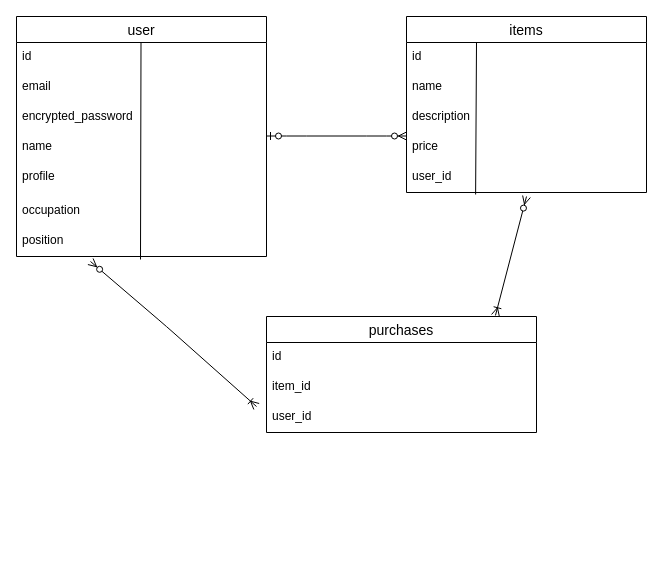
This is page "ページ1" (1 of 2) of app/views/test.dio from asoy1206upi/furima-39647, a draw.io file, before an edit. Source tidied: cells renumbered, new cells numbered last; positions are measured from the earlier drawing's top-left corner, leaving out a move shared by most shapes. Both pictures are drawn from the tidied source at 100%, with x=0, y=0 at pixel (16, 16).
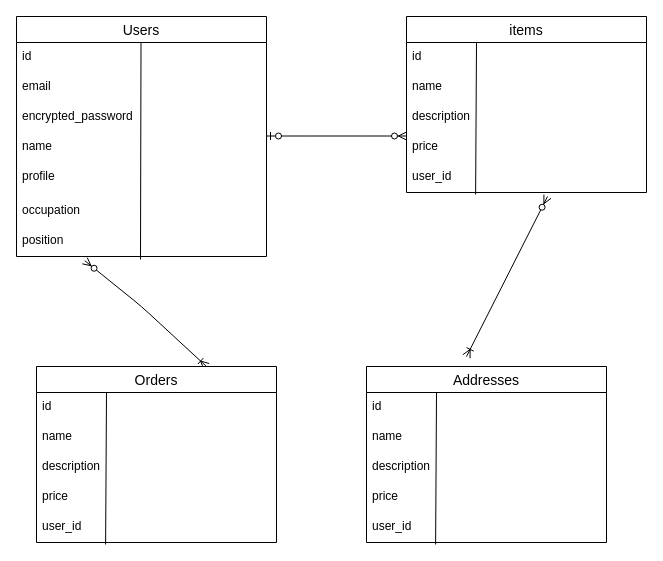
Above is the later version.

Unchanged cells that the change refers to:
```xml
<mxCell id="10" value="position" style="text;strokeColor=none;fillColor=none;spacingLeft=4;spacingRight=4;overflow=hidden;points=[[0,0.5],[1,0.5]];portConstraint=eastwest;fontSize=12;" parent="2" vertex="1">
  <mxGeometry y="210" width="250" height="30" as="geometry" />
</mxCell>
```

Diff of the diagram source:
```diff
@@
-    <mxCell id="2" value="user" style="swimlane;fontStyle=0;horizontal=1;startSize=26;align=center;fontSize=14;" parent="1" vertex="1">
+    <mxCell id="2" value="Users" style="swimlane;fontStyle=0;horizontal=1;startSize=26;align=center;fontSize=14;" parent="1" vertex="1">
       <mxGeometry width="250" height="240" as="geometry" />
     </mxCell>
@@
-    <mxCell id="18" value="purchases" style="swimlane;fontStyle=0;horizontal=1;startSize=26;align=center;fontSize=14;" parent="1" vertex="1">
-      <mxGeometry x="250" y="300" width="270" height="116" as="geometry" />
-    </mxCell>
-    <mxCell id="19" value="id" style="text;strokeColor=none;fillColor=none;spacingLeft=4;spacingRight=4;overflow=hidden;fontSize=12;" parent="18" vertex="1">
-      <mxGeometry y="26" width="270" height="30" as="geometry" />
-    </mxCell>
-    <mxCell id="20" value="item_id" style="text;strokeColor=none;fillColor=none;spacingLeft=4;spacingRight=4;overflow=hidden;fontSize=12;" parent="18" vertex="1">
-      <mxGeometry y="56" width="270" height="30" as="geometry" />
-    </mxCell>
-    <mxCell id="21" value="user_id" style="text;strokeColor=none;fillColor=none;spacingLeft=4;spacingRight=4;overflow=hidden;fontSize=12;" parent="18" vertex="1">
-      <mxGeometry y="86" width="270" height="30" as="geometry" />
-    </mxCell>
@@
-    <mxCell id="23" style="fontSize=12;html=1;endArrow=ERoneToMany;startArrow=ERzeroToMany;exitX=0.296;exitY=1.167;exitDx=0;exitDy=0;exitPerimeter=0;" parent="1" edge="1" source="10">
+    <mxCell id="23" style="fontSize=12;html=1;endArrow=ERoneToMany;startArrow=ERzeroToMany;exitX=0.273;exitY=1.14;exitDx=0;exitDy=0;exitPerimeter=0;" parent="1" edge="1" source="10">
       <mxGeometry relative="1" as="geometry">
-        <mxPoint x="240" y="390" as="targetPoint" />
+        <mxPoint x="190" y="350" as="targetPoint" />
         <Array as="points">
-          <mxPoint x="150" y="310" />
+          <mxPoint x="125" y="290" />
         </Array>
       </mxGeometry>
     </mxCell>
-    <mxCell id="24" style="fontSize=12;html=1;endArrow=ERoneToMany;startArrow=ERzeroToMany;entryX=0.848;entryY=-0.009;entryDx=0;entryDy=0;entryPerimeter=0;" parent="1" edge="1" target="18">
+    <mxCell id="24" style="fontSize=12;html=1;endArrow=ERoneToMany;startArrow=ERzeroToMany;" parent="1" edge="1">
       <mxGeometry relative="1" as="geometry">
-        <mxPoint x="510" y="180" as="sourcePoint" />
+        <mxPoint x="531" y="180" as="sourcePoint" />
+        <mxPoint x="450" y="340" as="targetPoint" />
       </mxGeometry>
     </mxCell>
+    <mxCell id="25" value="Orders" style="swimlane;fontStyle=0;horizontal=1;startSize=26;align=center;fontSize=14;" parent="1" vertex="1">
+      <mxGeometry x="20" y="350" width="240" height="176" as="geometry" />
+    </mxCell>
+    <mxCell id="26" value="id" style="text;strokeColor=none;fillColor=none;spacingLeft=4;spacingRight=4;overflow=hidden;fontSize=12;" parent="25" vertex="1">
+      <mxGeometry y="26" width="240" height="30" as="geometry" />
+    </mxCell>
+    <mxCell id="27" style="endArrow=none;html=1;rounded=0;exitX=0.288;exitY=1.067;exitDx=0;exitDy=0;exitPerimeter=0;" parent="25" edge="1" source="31">
+      <mxGeometry relative="1" as="geometry">
+        <mxPoint x="70" y="26" as="targetPoint" />
+      </mxGeometry>
+    </mxCell>
+    <mxCell id="28" value="name" style="text;strokeColor=none;fillColor=none;spacingLeft=4;spacingRight=4;overflow=hidden;fontSize=12;" parent="25" vertex="1">
+      <mxGeometry y="56" width="240" height="30" as="geometry" />
+    </mxCell>
+    <mxCell id="29" value="description" style="text;strokeColor=none;fillColor=none;spacingLeft=4;spacingRight=4;overflow=hidden;fontSize=12;" parent="25" vertex="1">
+      <mxGeometry y="86" width="240" height="30" as="geometry" />
+    </mxCell>
+    <mxCell id="30" value="price" style="text;strokeColor=none;fillColor=none;spacingLeft=4;spacingRight=4;overflow=hidden;fontSize=12;" parent="25" vertex="1">
+      <mxGeometry y="116" width="240" height="30" as="geometry" />
+    </mxCell>
+    <mxCell id="31" value="user_id" style="text;strokeColor=none;fillColor=none;spacingLeft=4;spacingRight=4;overflow=hidden;points=[[0,0.5],[1,0.5]];portConstraint=eastwest;fontSize=12;" parent="25" vertex="1">
+      <mxGeometry y="146" width="240" height="30" as="geometry" />
+    </mxCell>
+    <mxCell id="32" value="Addresses" style="swimlane;fontStyle=0;horizontal=1;startSize=26;align=center;fontSize=14;" parent="1" vertex="1">
+      <mxGeometry x="350" y="350" width="240" height="176" as="geometry" />
+    </mxCell>
+    <mxCell id="33" value="id" style="text;strokeColor=none;fillColor=none;spacingLeft=4;spacingRight=4;overflow=hidden;fontSize=12;" parent="32" vertex="1">
+      <mxGeometry y="26" width="240" height="30" as="geometry" />
+    </mxCell>
+    <mxCell id="34" style="endArrow=none;html=1;rounded=0;exitX=0.288;exitY=1.067;exitDx=0;exitDy=0;exitPerimeter=0;" parent="32" edge="1" source="38">
+      <mxGeometry relative="1" as="geometry">
+        <mxPoint x="70" y="26" as="targetPoint" />
+      </mxGeometry>
+    </mxCell>
+    <mxCell id="35" value="name" style="text;strokeColor=none;fillColor=none;spacingLeft=4;spacingRight=4;overflow=hidden;fontSize=12;" parent="32" vertex="1">
+      <mxGeometry y="56" width="240" height="30" as="geometry" />
+    </mxCell>
+    <mxCell id="36" value="description" style="text;strokeColor=none;fillColor=none;spacingLeft=4;spacingRight=4;overflow=hidden;fontSize=12;" parent="32" vertex="1">
+      <mxGeometry y="86" width="240" height="30" as="geometry" />
+    </mxCell>
+    <mxCell id="37" value="price" style="text;strokeColor=none;fillColor=none;spacingLeft=4;spacingRight=4;overflow=hidden;fontSize=12;" parent="32" vertex="1">
+      <mxGeometry y="116" width="240" height="30" as="geometry" />
+    </mxCell>
+    <mxCell id="38" value="user_id" style="text;strokeColor=none;fillColor=none;spacingLeft=4;spacingRight=4;overflow=hidden;points=[[0,0.5],[1,0.5]];portConstraint=eastwest;fontSize=12;" parent="32" vertex="1">
+      <mxGeometry y="146" width="240" height="30" as="geometry" />
+    </mxCell>
```
